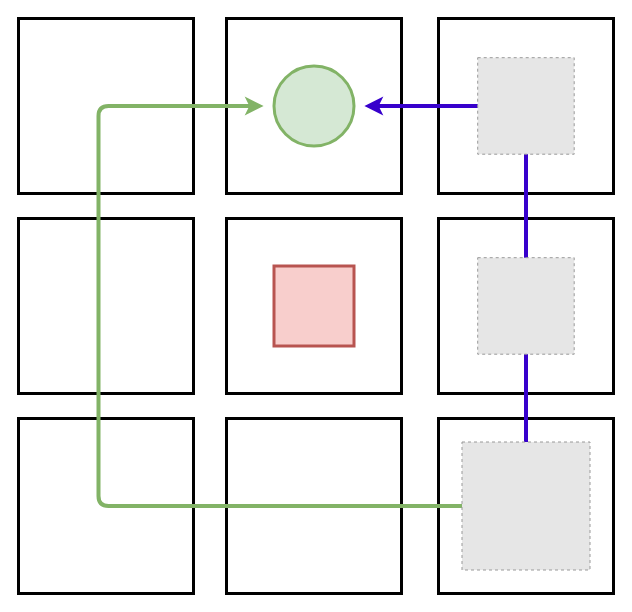
This is res/wumpus-world.drawio from deliastephens/cog-rob-trust, a draw.io file, before an edit. Source tidied: cells renumbered, new cells numbered last; positions are measured from the earlier drawing's top-left corner, leaving out a move shared by most shapes. Both pictures are drawn from the tidied source at 100%, with x=0, y=0 at pixel (18, 18). Pictures stored in the file or linked from it are replaced by grey dashed boxes.
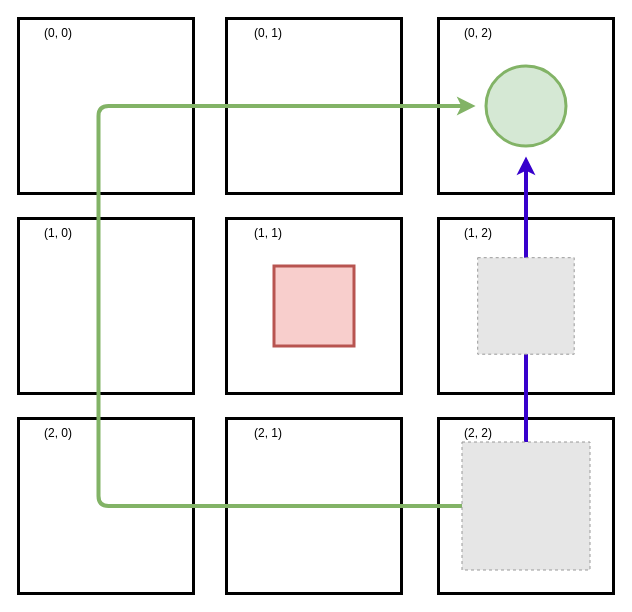
The same diagram, later.

The change refers to these unchanged cells:
```xml
<mxCell id="13" style="fillColor=#E6E6E6;strokeColor=#999999;dashed=1;html=1;verticalAlign=top;verticalLabelPosition=bottom;labelBackgroundColor=#ffffff;" parent="1" vertex="1">
  <mxGeometry x="443.5" y="423.5" width="128" height="128" as="geometry" />
</mxCell>
```

Change to the diagram source:
```diff
@@
-    <mxCell id="12" style="edgeStyle=orthogonalEdgeStyle;rounded=1;jumpStyle=none;jumpSize=5;jettySize=auto;html=1;exitX=0.5;exitY=0;exitDx=0;exitDy=0;entryX=1;entryY=0.5;entryDx=0;entryDy=0;sourcePerimeterSpacing=0;targetPerimeterSpacing=-1;strokeWidth=4;fillColor=#6a00ff;strokeColor=#3700CC;" parent="1" edge="1" source="13" target="18">
+    <mxCell id="12" style="edgeStyle=orthogonalEdgeStyle;rounded=1;jumpStyle=none;jumpSize=5;jettySize=auto;html=1;exitX=0.5;exitY=0;exitDx=0;exitDy=0;sourcePerimeterSpacing=0;targetPerimeterSpacing=-1;strokeWidth=4;fillColor=#6a00ff;strokeColor=#3700CC;entryX=0.5;entryY=1;entryDx=0;entryDy=0;" parent="1" edge="1" source="13" target="18">
       <mxGeometry relative="1" as="geometry" />
     </mxCell>
@@
     <mxCell id="14" style="ellipse;whiteSpace=wrap;html=1;strokeWidth=3;fillColor=#d5e8d4;strokeColor=#82b366;" parent="1" vertex="1">
-      <mxGeometry x="255.5" y="47.5" width="80" height="80" as="geometry" />
+      <mxGeometry x="467.5" y="47.5" width="80" height="80" as="geometry" />
     </mxCell>
@@
-    <mxCell id="16" style="fillColor=#E6E6E6;strokeColor=#999999;dashed=1;html=1;verticalAlign=top;verticalLabelPosition=bottom;labelBackgroundColor=#ffffff;" parent="1" vertex="1">
-      <mxGeometry x="459.2" y="39.2" width="96.5" height="96.5" as="geometry" />
-    </mxCell>
@@
     <mxCell id="18" style="ellipse;whiteSpace=wrap;html=1;strokeWidth=3;opacity=60;strokeColor=none;fillColor=none;" parent="1" vertex="1">
-      <mxGeometry x="245.1" y="37.1" width="100.8" height="100.8" as="geometry" />
+      <mxGeometry x="457.1" y="37.1" width="100.8" height="100.8" as="geometry" />
     </mxCell>
+    <mxCell id="19" value="(0, 0)" style="text;html=1;strokeColor=none;fillColor=none;align=center;verticalAlign=middle;whiteSpace=wrap;rounded=0;opacity=60;" parent="1" vertex="1">
+      <mxGeometry x="10" width="60" height="30" as="geometry" />
+    </mxCell>
+    <mxCell id="20" value="(0, 1)" style="text;html=1;strokeColor=none;fillColor=none;align=center;verticalAlign=middle;whiteSpace=wrap;rounded=0;opacity=60;" parent="1" vertex="1">
+      <mxGeometry x="220" width="60" height="30" as="geometry" />
+    </mxCell>
+    <mxCell id="21" value="(1, 0)" style="text;html=1;strokeColor=none;fillColor=none;align=center;verticalAlign=middle;whiteSpace=wrap;rounded=0;opacity=60;" parent="1" vertex="1">
+      <mxGeometry x="10" y="200" width="60" height="30" as="geometry" />
+    </mxCell>
+    <mxCell id="22" value="(0, 2)" style="text;html=1;strokeColor=none;fillColor=none;align=center;verticalAlign=middle;whiteSpace=wrap;rounded=0;opacity=60;" parent="1" vertex="1">
+      <mxGeometry x="430" width="60" height="30" as="geometry" />
+    </mxCell>
+    <mxCell id="23" value="(1, 1)" style="text;html=1;strokeColor=none;fillColor=none;align=center;verticalAlign=middle;whiteSpace=wrap;rounded=0;opacity=60;" parent="1" vertex="1">
+      <mxGeometry x="220" y="200" width="60" height="30" as="geometry" />
+    </mxCell>
+    <mxCell id="24" value="(1, 2)" style="text;html=1;strokeColor=none;fillColor=none;align=center;verticalAlign=middle;whiteSpace=wrap;rounded=0;opacity=60;" parent="1" vertex="1">
+      <mxGeometry x="430" y="200" width="60" height="30" as="geometry" />
+    </mxCell>
+    <mxCell id="25" value="(2, 0)" style="text;html=1;strokeColor=none;fillColor=none;align=center;verticalAlign=middle;whiteSpace=wrap;rounded=0;opacity=60;" parent="1" vertex="1">
+      <mxGeometry x="10" y="400" width="60" height="30" as="geometry" />
+    </mxCell>
+    <mxCell id="26" value="(2, 1)" style="text;html=1;strokeColor=none;fillColor=none;align=center;verticalAlign=middle;whiteSpace=wrap;rounded=0;opacity=60;" parent="1" vertex="1">
+      <mxGeometry x="220" y="400" width="60" height="30" as="geometry" />
+    </mxCell>
+    <mxCell id="27" value="(2, 2)" style="text;html=1;strokeColor=none;fillColor=none;align=center;verticalAlign=middle;whiteSpace=wrap;rounded=0;opacity=60;" parent="1" vertex="1">
+      <mxGeometry x="430" y="400" width="60" height="30" as="geometry" />
+    </mxCell>
```
